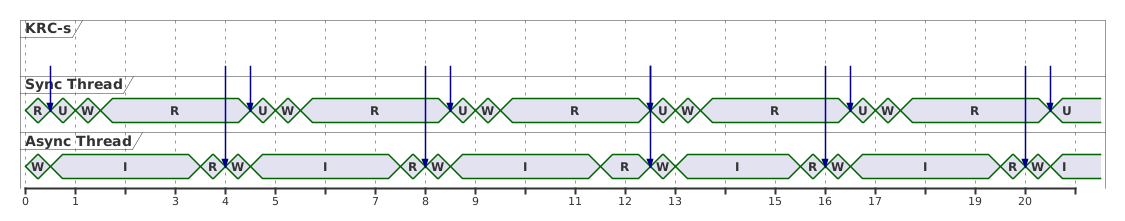
Earlier version of the PlantUML export doc/wiki/resources/dual_arm_timing/scenario4.png (kroshu/kuka_drivers). Its source is kept beside it as doc/wiki/resources/dual_arm_timing/scenario4.puml. Source of this version:
```plantuml
@startuml
concise "KRC-s" as KRC
concise "Sync Thread" as TA
concise "Async Thread" as TB

@0
TA is R
TB is W

@0.5
KRC -> TA
TA is U
TB is I


@1.0
TA is W

@1.5
TA is R

@3.5
TB is R

@4.0
KRC -> TB
TB is W

@4.5
TB is I
KRC -> TA
TA is U

@5.0
TA is W

@5.5
TA is R

@7.5
TB is R

@8.0
KRC -> TB
TB is W

@8.5
TB is I
KRC -> TA
TA is U

@9.0
TA is W

@9.5
TA is R

@11.5
TB is R

@12.5
KRC -> TA
TA is U
KRC -> TB
TB is W

@13.0
TA is W
TB is I

@13.5
TA is R

@15.5
TB is R

@16.0
KRC -> TB
TB is W

@16.5
TB is I
KRC -> TA
TA is U

@17.0
TA is W

@17.5
TA is R

@19.5
TB is R

@20.0
KRC -> TB
TB is W

@20.5
TB is I
KRC -> TA
TA is U
@enduml
```
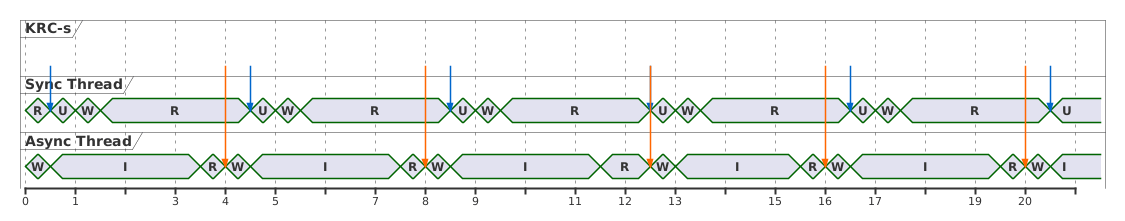
After the change.

The edit, as a diff of the source:
```diff
@@ -8,7 +8,7 @@
 TB is W
 
 @0.5
-KRC -> TA
+KRC -[#0066cc]> TA
 TA is U
 TB is I
 
@@ -23,12 +23,12 @@
 TB is R
 
 @4.0
-KRC -> TB
+KRC -[#ff6600]> TB
 TB is W
 
 @4.5
 TB is I
-KRC -> TA
+KRC -[#0066cc]> TA
 TA is U
 
 @5.0
@@ -41,12 +41,12 @@
 TB is R
 
 @8.0
-KRC -> TB
+KRC -[#ff6600]> TB
 TB is W
 
 @8.5
 TB is I
-KRC -> TA
+KRC -[#0066cc]> TA
 TA is U
 
 @9.0
@@ -59,9 +59,9 @@
 TB is R
 
 @12.5
-KRC -> TA
+KRC -[#0066cc]> TA
 TA is U
-KRC -> TB
+KRC -[#ff6600]> TB
 TB is W
 
 @13.0
@@ -75,12 +75,12 @@
 TB is R
 
 @16.0
-KRC -> TB
+KRC -[#ff6600]> TB
 TB is W
 
 @16.5
 TB is I
-KRC -> TA
+KRC -[#0066cc]> TA
 TA is U
 
 @17.0
@@ -93,11 +93,11 @@
 TB is R
 
 @20.0
-KRC -> TB
+KRC -[#ff6600]> TB
 TB is W
 
 @20.5
 TB is I
-KRC -> TA
+KRC -[#0066cc]> TA
 TA is U
 @enduml
```
